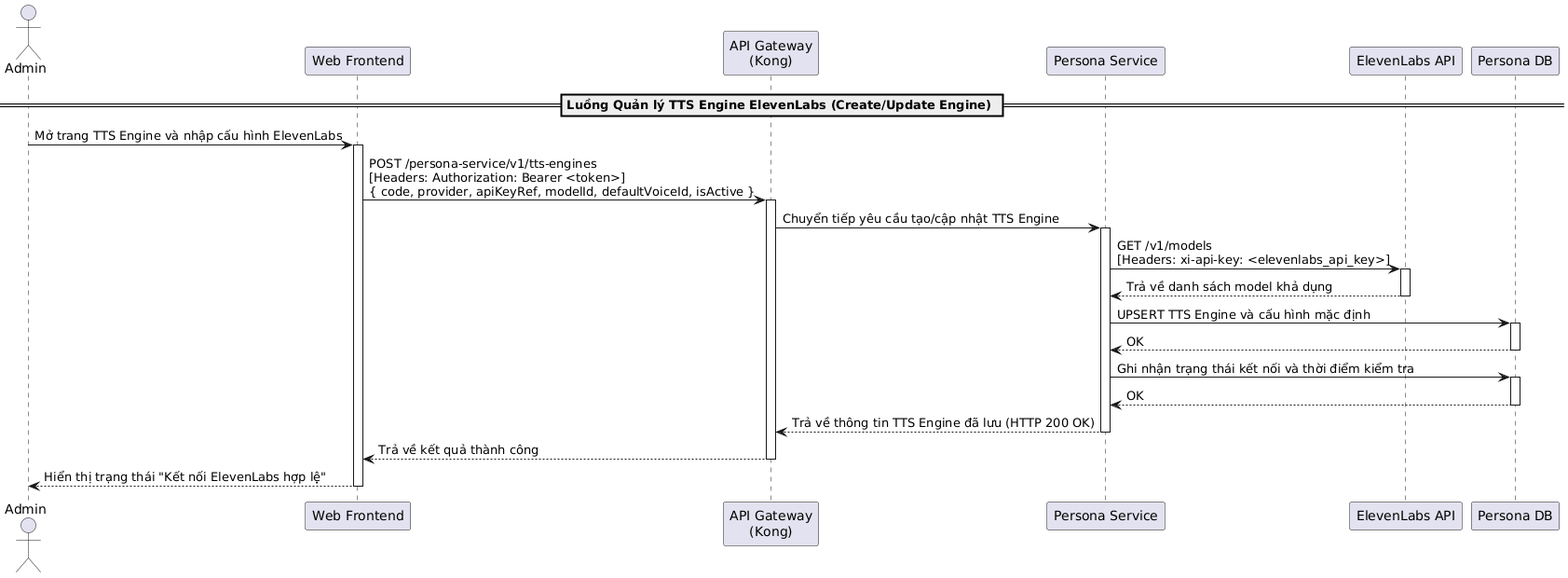
The PlantUML diagram temp/05-sequence/UML-Sequence-28.png in 20206205Tech/docs-uml, before a commit.
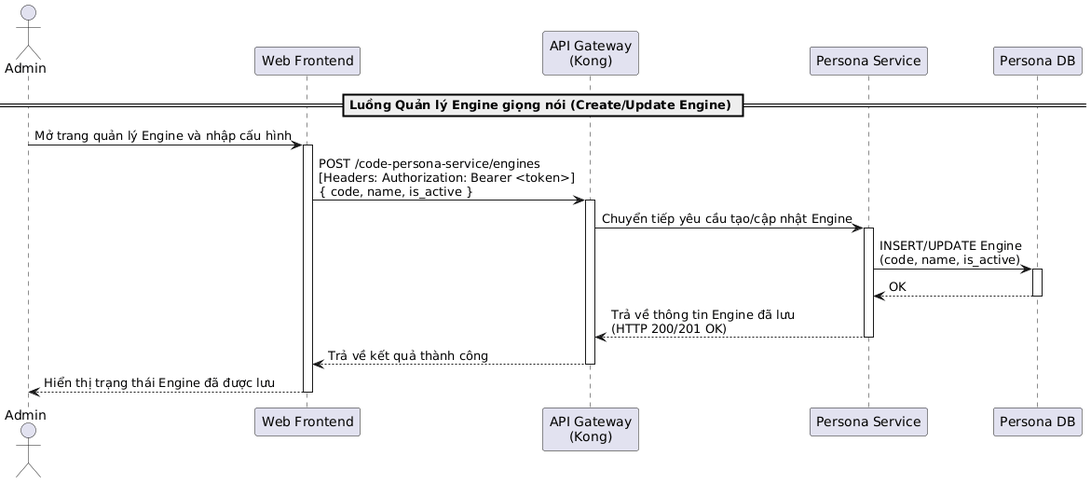
Above is the later version.

Diff of the diagram source:
```diff
@@ -3,38 +3,27 @@
 participant "Web Frontend" as Frontend
 participant "API Gateway\n(Kong)" as Kong
 participant "Persona Service" as PersonaService
-participant "ElevenLabs API" as ElevenLabs
 participant "Persona DB" as DB
 
-== Luồng Quản lý TTS Engine ElevenLabs (Create/Update Engine) ==
-Admin -> Frontend: Mở trang TTS Engine và nhập cấu hình ElevenLabs
+== Luồng Quản lý Engine giọng nói (Create/Update Engine) ==
+Admin -> Frontend: Mở trang quản lý Engine và nhập cấu hình
 activate Frontend
 
-Frontend -> Kong: POST /persona-service/v1/tts-engines\n[Headers: Authorization: Bearer <token>]\n{ code, provider, apiKeyRef, modelId, defaultVoiceId, isActive }
+Frontend -> Kong: POST /code-persona-service/engines\n[Headers: Authorization: Bearer <token>]\n{ code, name, is_active }
 activate Kong
-Kong -> PersonaService: Chuyển tiếp yêu cầu tạo/cập nhật TTS Engine
+Kong -> PersonaService: Chuyển tiếp yêu cầu tạo/cập nhật Engine
 activate PersonaService
 
-PersonaService -> ElevenLabs: GET /v1/models\n[Headers: xi-api-key: <elevenlabs_api_key>]
-activate ElevenLabs
-ElevenLabs --> PersonaService: Trả về danh sách model khả dụng
-deactivate ElevenLabs
-
-PersonaService -> DB: UPSERT TTS Engine và cấu hình mặc định
+PersonaService -> DB: INSERT/UPDATE Engine\n(code, name, is_active)
 activate DB
 DB --> PersonaService: OK
 deactivate DB
 
-PersonaService -> DB: Ghi nhận trạng thái kết nối và thời điểm kiểm tra
-activate DB
-DB --> PersonaService: OK
-deactivate DB
-
-PersonaService --> Kong: Trả về thông tin TTS Engine đã lưu (HTTP 200 OK)
+PersonaService --> Kong: Trả về thông tin Engine đã lưu\n(HTTP 200/201 OK)
 deactivate PersonaService
 Kong --> Frontend: Trả về kết quả thành công
 deactivate Kong
 
-Frontend --> Admin: Hiển thị trạng thái "Kết nối ElevenLabs hợp lệ"
+Frontend --> Admin: Hiển thị trạng thái Engine đã được lưu
 deactivate Frontend
 @enduml
```
